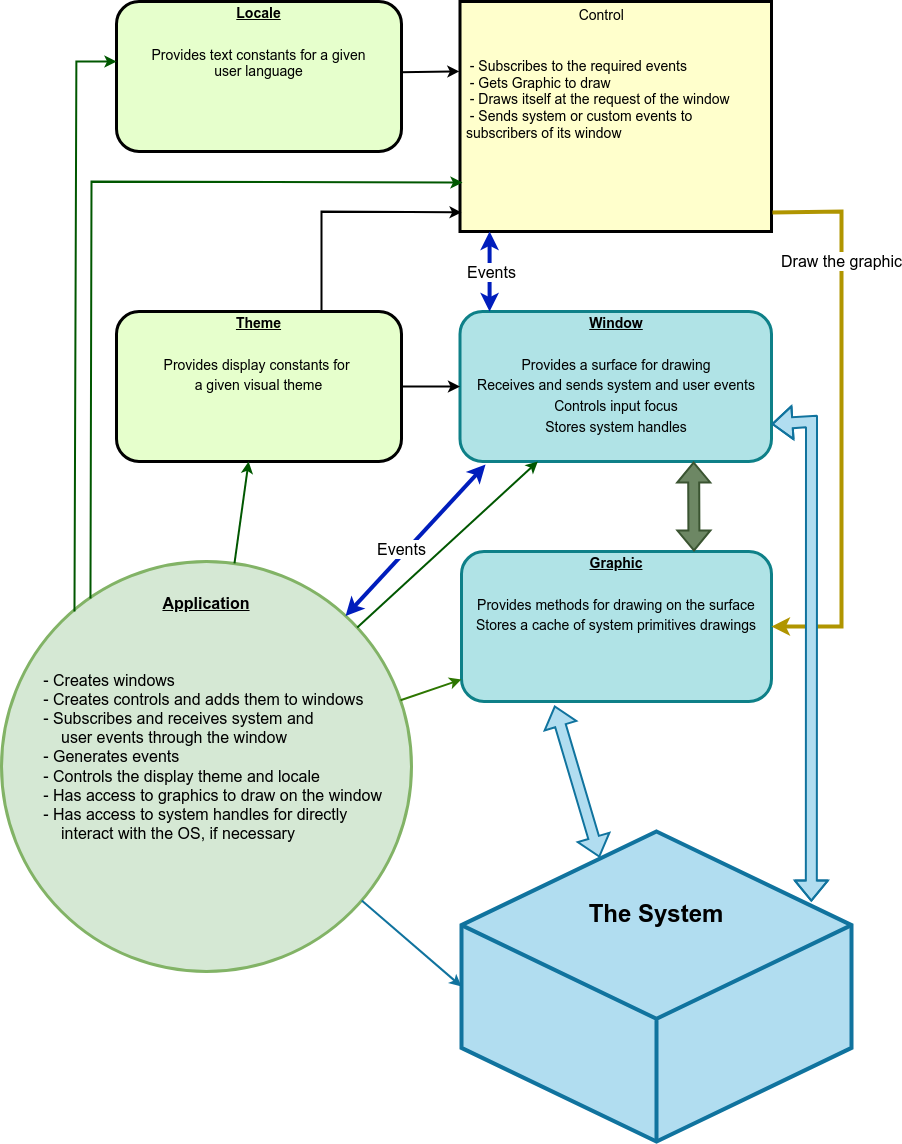
The draw.io diagram doc/en/img/system.png in ud84/wui, before a commit. Source tidied: cells renumbered, new cells last; positions are measured from the earlier drawing's top-left corner, leaving out a move shared by most shapes.
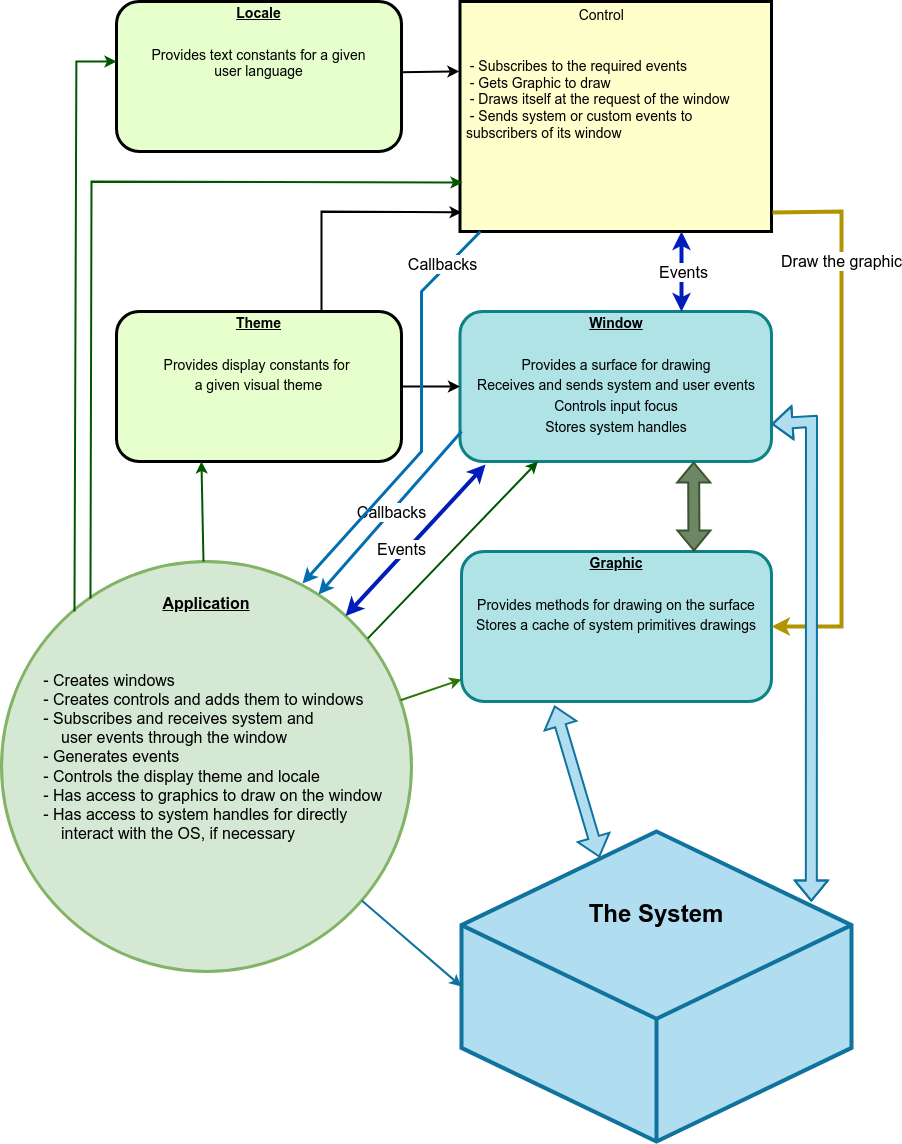
Above is the later version.

Commit message:
Updated diagram, cleanup

The edit, as a diff of the source:
```diff
@@ -60,11 +60,11 @@
         </Array>
       </mxGeometry>
     </mxCell>
-    <mxCell id="15" style="endArrow=classic;html=1;rounded=0;strokeWidth=2;fillColor=#008a00;strokeColor=#005700;" parent="1" edge="1" source="6" target="8">
-      <mxGeometry relative="1" as="geometry" />
-    </mxCell>
-    <mxCell id="16" style="endArrow=classic;startArrow=classic;html=1;rounded=0;exitX=0.095;exitY=1;exitDx=0;exitDy=0;exitPerimeter=0;entryX=0.095;entryY=0;entryDx=0;entryDy=0;entryPerimeter=0;strokeWidth=4;fillColor=#0050ef;strokeColor=#001DBC;" parent="1" edge="1" source="5" target="2">
-      <mxGeometry relative="1" as="geometry" />
+    <mxCell id="16" style="endArrow=classic;startArrow=classic;html=1;rounded=0;exitX=0.095;exitY=1;exitDx=0;exitDy=0;exitPerimeter=0;entryX=0.095;entryY=0;entryDx=0;entryDy=0;entryPerimeter=0;strokeWidth=4;fillColor=#0050ef;strokeColor=#001DBC;" parent="1" edge="1">
+      <mxGeometry relative="1" as="geometry">
+        <mxPoint x="680" y="230" as="sourcePoint" />
+        <mxPoint x="680" y="310" as="targetPoint" />
+      </mxGeometry>
     </mxCell>
     <mxCell id="17" value="&lt;font style=&quot;font-size: 16px;&quot;&gt;Events&lt;br&gt;&lt;/font&gt;" style="edgeLabel;html=1;align=center;verticalAlign=middle;" parent="16" vertex="1">
       <mxGeometry x="0.21" y="1" relative="1" as="geometry">
@@ -78,7 +78,7 @@
         </Array>
       </mxGeometry>
     </mxCell>
-    <mxCell id="19" style="endArrow=classic;html=1;rounded=0;strokeWidth=2;fillColor=#008a00;strokeColor=#005700;entryX=0.25;entryY=1;entryDx=0;entryDy=0;" parent="1" edge="1" source="6" target="2">
+    <mxCell id="19" style="endArrow=classic;html=1;rounded=0;strokeWidth=2;fillColor=#008a00;strokeColor=#005700;entryX=0.25;entryY=1;entryDx=0;entryDy=0;exitX=0.893;exitY=0.188;exitDx=0;exitDy=0;exitPerimeter=0;" parent="1" edge="1" source="6" target="2">
       <mxGeometry relative="1" as="geometry" />
     </mxCell>
     <mxCell id="20" style="endArrow=classic;html=1;rounded=0;strokeWidth=2;fillColor=#60a917;strokeColor=#2D7600;" parent="1" edge="1" source="6" target="3">
@@ -108,5 +108,36 @@
         <mxPoint y="-8" as="offset" />
       </mxGeometry>
     </mxCell>
+    <mxCell id="27" style="endArrow=classic;html=1;rounded=0;entryX=0.773;entryY=0.08;entryDx=0;entryDy=0;entryPerimeter=0;exitX=0.005;exitY=0.8;exitDx=0;exitDy=0;exitPerimeter=0;strokeWidth=3;fillColor=#1ba1e2;strokeColor=#006EAF;" parent="1" edge="1">
+      <mxGeometry relative="1" as="geometry">
+        <mxPoint x="460" y="430" as="sourcePoint" />
+        <mxPoint x="317" y="593" as="targetPoint" />
+      </mxGeometry>
+    </mxCell>
+    <mxCell id="28" value="&lt;font style=&quot;font-size: 16px;&quot;&gt;Callbacks&lt;/font&gt;" style="edgeLabel;html=1;align=center;verticalAlign=middle;" parent="27" vertex="1">
+      <mxGeometry x="0.15" y="-1" relative="1" as="geometry">
+        <mxPoint x="13" y="-13" as="offset" />
+      </mxGeometry>
+    </mxCell>
+    <mxCell id="29" style="endArrow=classic;html=1;rounded=0;strokeWidth=2;fillColor=#008a00;strokeColor=#005700;entryX=0.298;entryY=1;entryDx=0;entryDy=0;entryPerimeter=0;" parent="1" edge="1" target="8">
+      <mxGeometry relative="1" as="geometry">
+        <mxPoint x="202" y="560" as="sourcePoint" />
+      </mxGeometry>
+    </mxCell>
+    <mxCell id="30" style="endArrow=classic;html=1;rounded=0;entryX=0.734;entryY=0.054;entryDx=0;entryDy=0;entryPerimeter=0;strokeWidth=3;fillColor=#1ba1e2;strokeColor=#006EAF;" parent="1" edge="1">
+      <mxGeometry relative="1" as="geometry">
+        <mxPoint x="479" y="230" as="sourcePoint" />
+        <mxPoint x="301" y="582" as="targetPoint" />
+        <Array as="points">
+          <mxPoint x="420" y="290" />
+          <mxPoint x="420" y="450" />
+        </Array>
+      </mxGeometry>
+    </mxCell>
+    <mxCell id="31" value="&lt;font style=&quot;font-size: 16px;&quot;&gt;Callbacks&lt;/font&gt;" style="edgeLabel;html=1;align=center;verticalAlign=middle;" parent="30" vertex="1">
+      <mxGeometry x="-0.57" relative="1" as="geometry">
+        <mxPoint x="20" y="-35" as="offset" />
+      </mxGeometry>
+    </mxCell>
   </root>
 </mxGraphModel>
```
